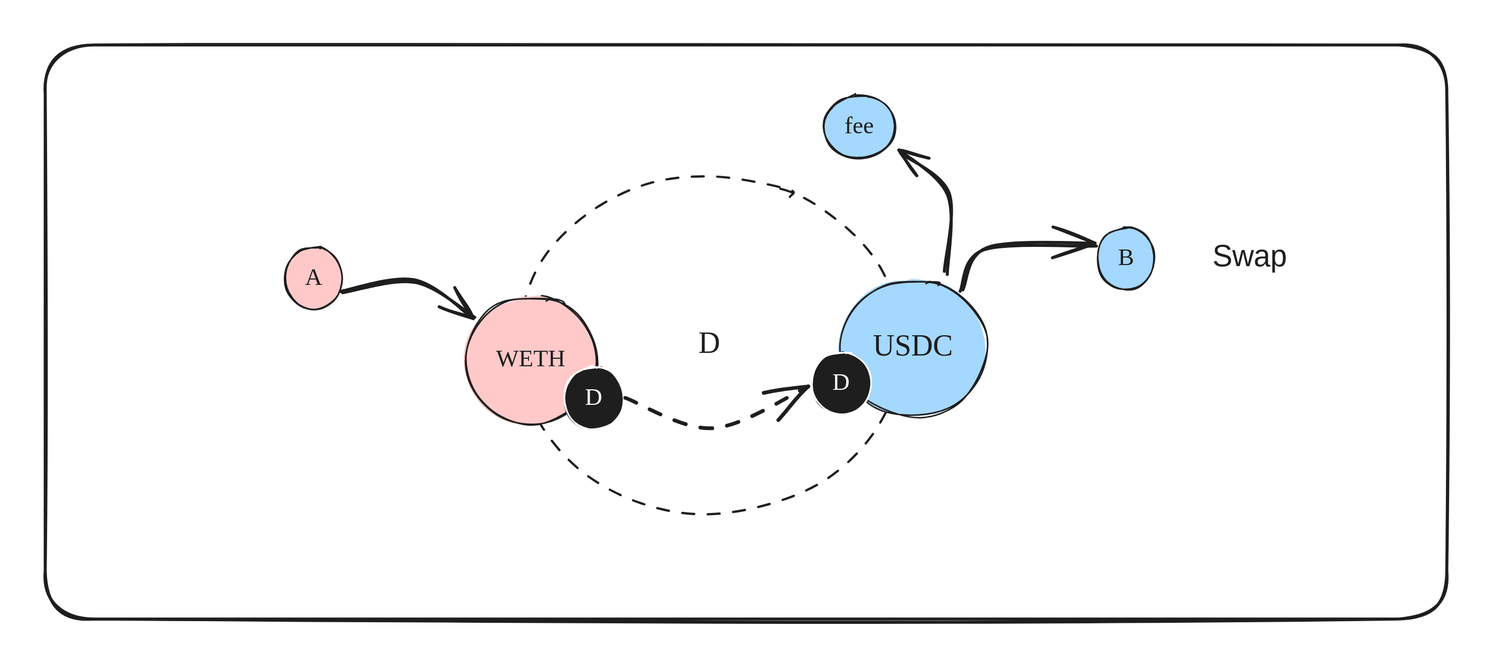
Before: .gitbook/assets/file.excalidraw (23).svg, a diagram exported from Excalidraw (decaswap-labs/docs). Source tidied: one line per element, renumbered; positions are measured from the earlier drawing's top-left corner, leaving out a move shared by most shapes.
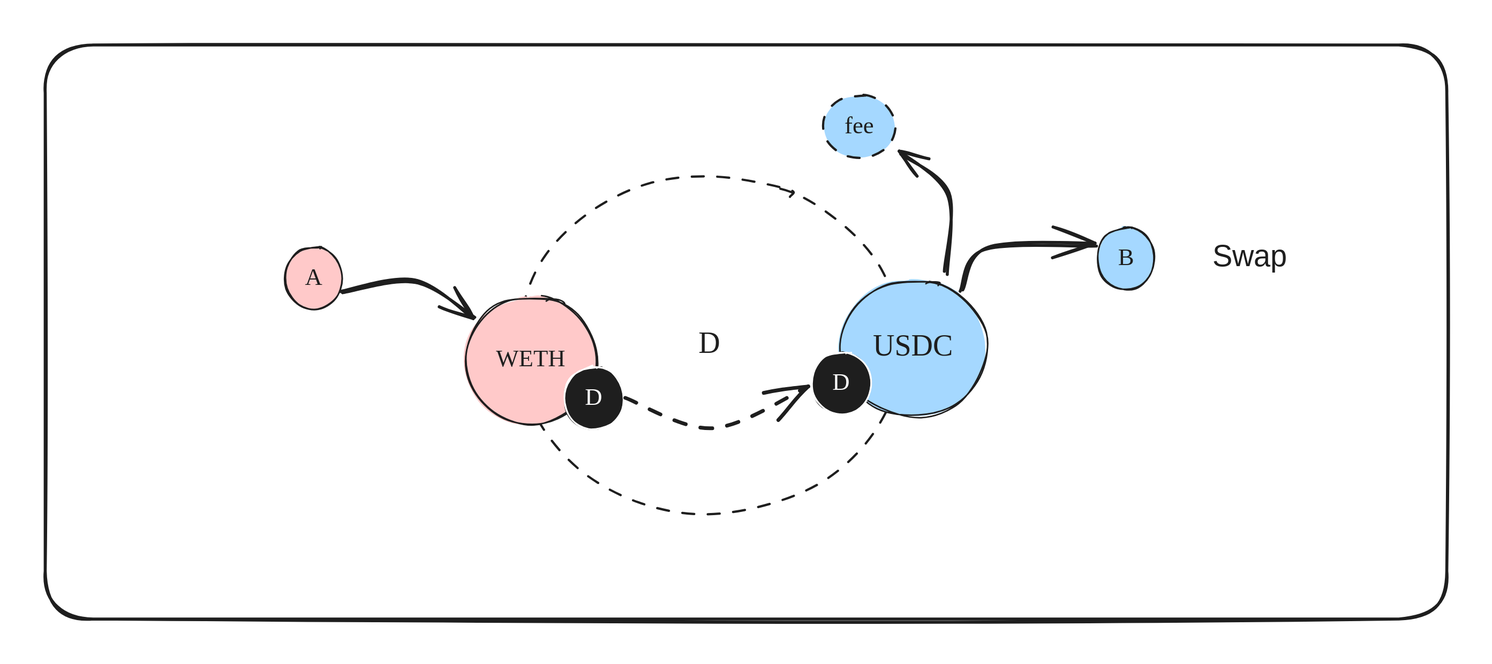
After the change.

The edit, as a diff of the source:
```diff
@@ -17,6 +17,6 @@
 {"id": 16, "type": "arrow", "strokeColor": "#1e1e1e", "backgroundColor": "#ffc9c9", "fillStyle": "solid", "strokeWidth": 2, "roughness": 1, "endArrowhead": "arrow", "round": true, "from": 2, "to": 12, "x": 611, "y": 164, "width": 90, "height": 31, "points": [[0, 0], [16, -28], [90, -31]]}
 {"id": 17, "type": "rectangle", "strokeColor": "#1e1e1e", "strokeWidth": 2, "roughness": 1, "round": true, "x": 0, "y": 0, "width": 935, "height": 383}
 {"id": 18, "type": "text", "text": "Swap", "strokeColor": "#1e1e1e", "strokeWidth": 2, "roughness": 1, "fontSize": 20, "fontFamily": 1, "x": 778, "y": 130, "width": 48, "height": 25}
-{"id": 19, "type": "arrow", "strokeColor": "#1e1e1e", "backgroundColor": "#ffc9c9", "fillStyle": "solid", "strokeWidth": 2, "roughness": 1, "endArrowhead": "arrow", "round": true, "from": 2, "to": 20, "x": 600, "y": 152, "width": 32, "height": 80, "points": [[0, 0], [3, -53], [-29, -80]]}
+{"id": 19, "type": "arrow", "strokeColor": "#1e1e1e", "backgroundColor": "#ffc9c9", "fillStyle": "solid", "strokeWidth": 2, "roughness": 1, "endArrowhead": "arrow", "round": true, "from": 2, "to": 22, "x": 600, "y": 152, "width": 32, "height": 80, "points": [[0, 0], [3, -53], [-29, -80]]}
-{"id": 20, "type": "ellipse", "strokeColor": "#1e1e1e", "backgroundColor": "#a5d8ff", "fillStyle": "solid", "strokeWidth": 1, "roughness": 1, "round": true, "x": 519, "y": 33, "width": 48, "height": 42}
+{"id": 22, "type": "ellipse", "strokeColor": "#1e1e1e", "backgroundColor": "#a5d8ff", "fillStyle": "solid", "strokeWidth": 1, "strokeStyle": "dashed", "roughness": 1, "round": true, "x": 519, "y": 33, "width": 48, "height": 42}
-{"id": 21, "type": "text", "text": "fee", "strokeColor": "#1e1e1e", "backgroundColor": "#b2f2bb", "fillStyle": "solid", "strokeWidth": 1, "roughness": 0, "fontSize": 16, "fontFamily": 5, "textAlign": "center", "verticalAlign": "middle", "inside": 20, "x": 533, "y": 45, "width": 20, "height": 20}
+{"id": 21, "type": "text", "text": "fee", "strokeColor": "#1e1e1e", "backgroundColor": "#b2f2bb", "fillStyle": "solid", "strokeWidth": 1, "roughness": 0, "fontSize": 16, "fontFamily": 5, "textAlign": "center", "verticalAlign": "middle", "inside": 22, "x": 533, "y": 45, "width": 20, "height": 20}
```
